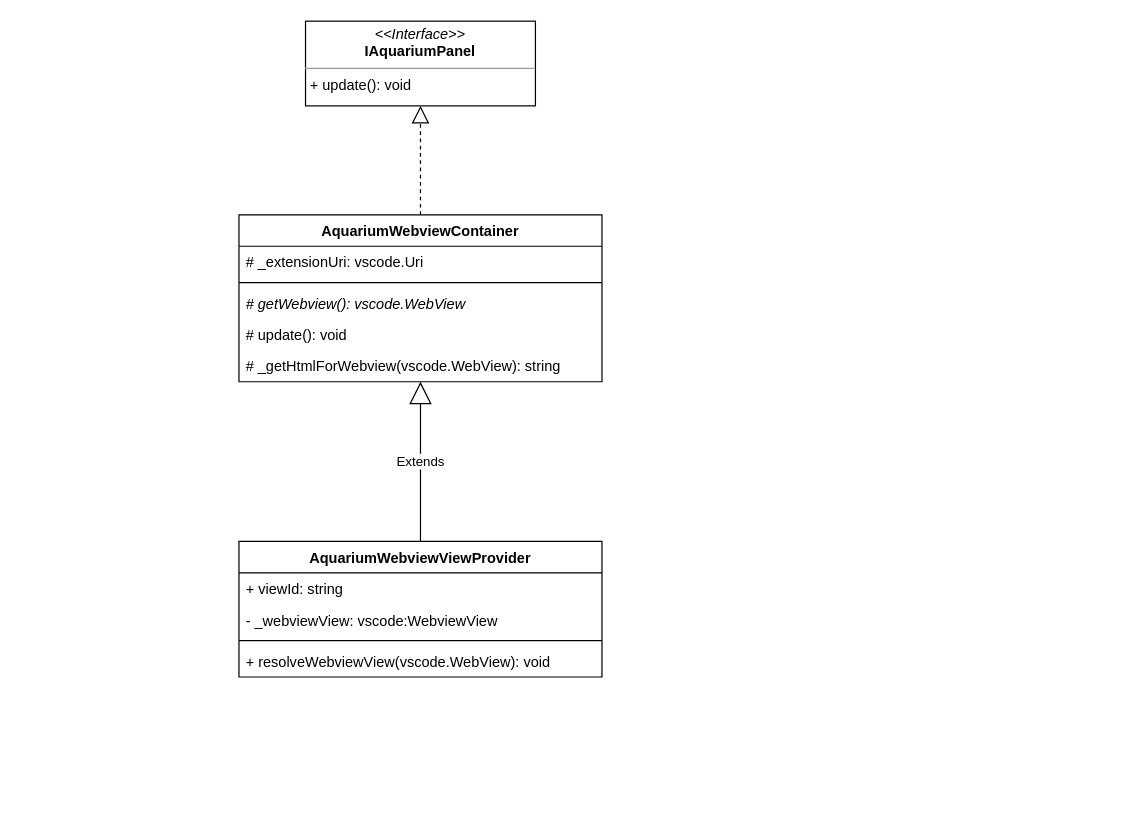
Above: docs/UML/AquariumWebviewClassDiagram.drawio in Perla-Al-Haddad/vs-code-aquarium (draw.io), before the change. Source tidied: cells renumbered, new cells numbered last; positions are measured from the earlier drawing's top-left corner, leaving out a move shared by most shapes. Both pictures are drawn from the tidied source at 121%, with x=0, y=0 at pixel (238, 21).
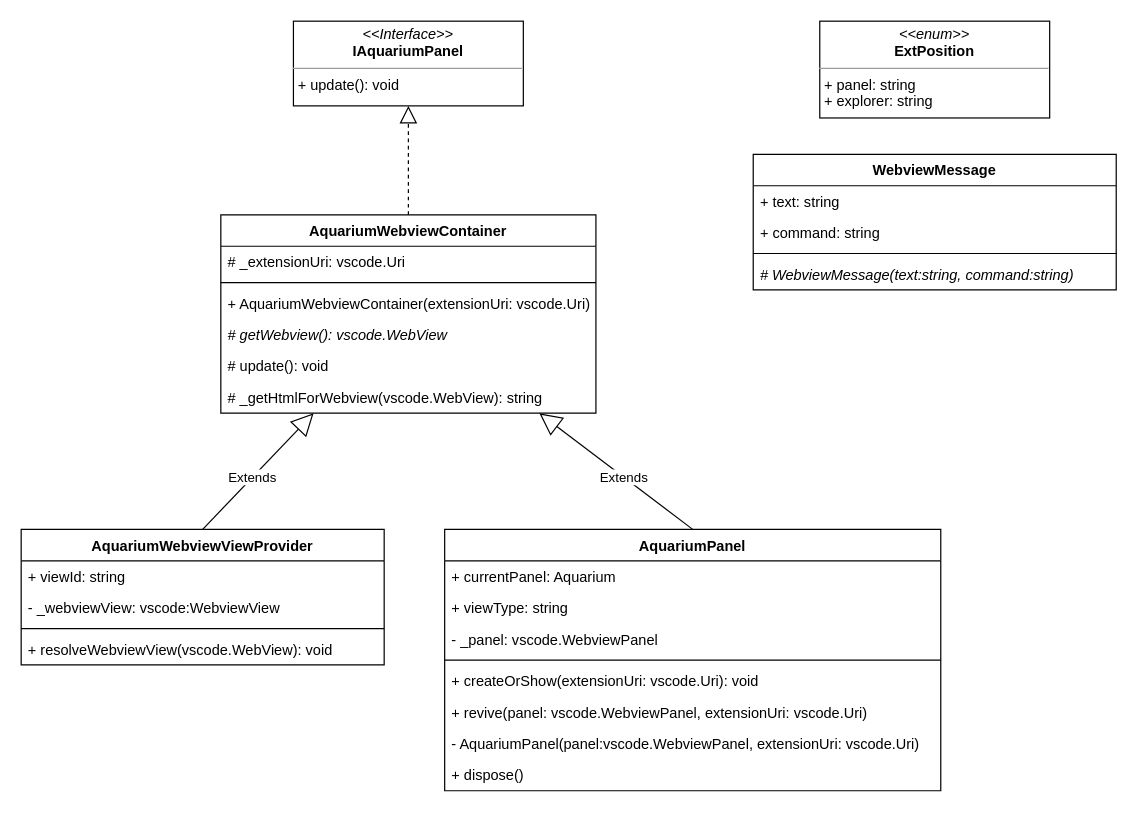
The same page after the edit.

What changed in the source:
```diff
@@
     <mxCell id="2" value="AquariumWebviewContainer&#10;" style="swimlane;fontStyle=1;align=center;verticalAlign=top;horizontal=1;startSize=26;fontColor=default;labelBackgroundColor=none;" parent="1" vertex="1">
-      <mxGeometry y="160" width="300" height="138" as="geometry" />
+      <mxGeometry x="-15" y="160" width="310" height="164" as="geometry" />
     </mxCell>
     <mxCell id="3" value="# _extensionUri: vscode.Uri" style="text;strokeColor=none;fillColor=none;align=left;verticalAlign=top;spacingLeft=4;spacingRight=4;overflow=hidden;" parent="2" vertex="1">
-      <mxGeometry y="26" width="300" height="26" as="geometry" />
+      <mxGeometry y="26" width="310" height="26" as="geometry" />
     </mxCell>
     <mxCell id="4" style="line;strokeWidth=1;fillColor=none;align=left;verticalAlign=middle;spacingTop=-1;spacingLeft=3;spacingRight=3;labelPosition=right;strokeColor=inherit;" parent="2" vertex="1">
-      <mxGeometry y="52" width="300" height="8" as="geometry" />
+      <mxGeometry y="52" width="310" height="8" as="geometry" />
     </mxCell>
+    <mxCell id="16" value="+ AquariumWebviewContainer(extensionUri: vscode.Uri)" style="text;strokeColor=none;fillColor=none;align=left;verticalAlign=top;spacingLeft=4;spacingRight=4;overflow=hidden;fontStyle=0;" parent="2" vertex="1">
+      <mxGeometry y="60" width="310" height="26" as="geometry" />
+    </mxCell>
     <mxCell id="5" value="# getWebview(): vscode.WebView" style="text;strokeColor=none;fillColor=none;align=left;verticalAlign=top;spacingLeft=4;spacingRight=4;overflow=hidden;fontStyle=2;" parent="2" vertex="1">
-      <mxGeometry y="60" width="300" height="26" as="geometry" />
+      <mxGeometry y="86" width="310" height="26" as="geometry" />
     </mxCell>
     <mxCell id="6" value="# update(): void" style="text;strokeColor=none;fillColor=none;align=left;verticalAlign=top;spacingLeft=4;spacingRight=4;overflow=hidden;" parent="2" vertex="1">
-      <mxGeometry y="86" width="300" height="26" as="geometry" />
+      <mxGeometry y="112" width="310" height="26" as="geometry" />
     </mxCell>
     <mxCell id="7" value="# _getHtmlForWebview(vscode.WebView): string" style="text;strokeColor=none;fillColor=none;align=left;verticalAlign=top;spacingLeft=4;spacingRight=4;overflow=hidden;" parent="2" vertex="1">
-      <mxGeometry y="112" width="300" height="26" as="geometry" />
+      <mxGeometry y="138" width="310" height="26" as="geometry" />
     </mxCell>
     <mxCell id="8" value="&lt;p style=&quot;margin:0px;margin-top:4px;text-align:center;&quot;&gt;&lt;i&gt;&amp;lt;&amp;lt;Interface&amp;gt;&amp;gt;&lt;/i&gt;&lt;br&gt;&lt;b&gt;IAquariumPanel&lt;/b&gt;&lt;br&gt;&lt;/p&gt;&lt;hr size=&quot;1&quot;&gt;&lt;p style=&quot;margin:0px;margin-left:4px;&quot;&gt;&lt;/p&gt;&lt;p style=&quot;margin:0px;margin-left:4px;&quot;&gt;+ update(): void&lt;br&gt;&lt;br&gt;&lt;/p&gt;" style="verticalAlign=top;align=left;overflow=fill;fontSize=12;fontFamily=Helvetica;html=1;labelBackgroundColor=none;fontColor=default;" parent="1" vertex="1">
-      <mxGeometry x="55" width="190" height="70" as="geometry" />
+      <mxGeometry x="45" width="190" height="70" as="geometry" />
     </mxCell>
@@
     <mxCell id="10" value="AquariumWebviewViewProvider" style="swimlane;fontStyle=1;align=center;verticalAlign=top;horizontal=1;startSize=26;fontColor=default;labelBackgroundColor=none;" parent="1" vertex="1">
-      <mxGeometry y="430" width="300" height="112" as="geometry" />
+      <mxGeometry x="-180" y="420" width="300" height="112" as="geometry" />
     </mxCell>
@@
     <mxCell id="15" value="Extends" style="endArrow=block;endSize=16;endFill=0;html=1;fontColor=default;exitX=0.5;exitY=0;exitDx=0;exitDy=0;" parent="1" edge="1" source="10" target="2">
-      <mxGeometry relative="1" as="geometry" />
+      <mxGeometry x="-0.09" relative="1" as="geometry" />
     </mxCell>
+    <mxCell id="17" value="&lt;p style=&quot;margin:0px;margin-top:4px;text-align:center;&quot;&gt;&lt;i&gt;&amp;lt;&amp;lt;enum&amp;gt;&amp;gt;&lt;/i&gt;&lt;br&gt;&lt;b&gt;ExtPosition&lt;/b&gt;&lt;br&gt;&lt;/p&gt;&lt;hr size=&quot;1&quot;&gt;&lt;p style=&quot;margin:0px;margin-left:4px;&quot;&gt;&lt;/p&gt;&lt;p style=&quot;margin:0px;margin-left:4px;&quot;&gt;+ panel: string&lt;/p&gt;&lt;p style=&quot;margin:0px;margin-left:4px;&quot;&gt;+ explorer: string&lt;/p&gt;&lt;p style=&quot;margin:0px;margin-left:4px;&quot;&gt;&lt;br&gt;&lt;/p&gt;" style="verticalAlign=top;align=left;overflow=fill;fontSize=12;fontFamily=Helvetica;html=1;labelBackgroundColor=none;fontColor=default;" parent="1" vertex="1">
+      <mxGeometry x="480" width="190" height="80" as="geometry" />
+    </mxCell>
+    <mxCell id="18" value="WebviewMessage&#10;" style="swimlane;fontStyle=1;align=center;verticalAlign=top;horizontal=1;startSize=26;fontColor=default;labelBackgroundColor=none;" parent="1" vertex="1">
+      <mxGeometry x="425" y="110" width="300" height="112" as="geometry" />
+    </mxCell>
+    <mxCell id="19" value="+ text: string" style="text;strokeColor=none;fillColor=none;align=left;verticalAlign=top;spacingLeft=4;spacingRight=4;overflow=hidden;" parent="18" vertex="1">
+      <mxGeometry y="26" width="300" height="26" as="geometry" />
+    </mxCell>
+    <mxCell id="20" value="+ command: string" style="text;strokeColor=none;fillColor=none;align=left;verticalAlign=top;spacingLeft=4;spacingRight=4;overflow=hidden;" parent="18" vertex="1">
+      <mxGeometry y="52" width="300" height="26" as="geometry" />
+    </mxCell>
+    <mxCell id="21" style="line;strokeWidth=1;fillColor=none;align=left;verticalAlign=middle;spacingTop=-1;spacingLeft=3;spacingRight=3;labelPosition=right;strokeColor=inherit;" parent="18" vertex="1">
+      <mxGeometry y="78" width="300" height="8" as="geometry" />
+    </mxCell>
+    <mxCell id="22" value="# WebviewMessage(text:string, command:string)" style="text;strokeColor=none;fillColor=none;align=left;verticalAlign=top;spacingLeft=4;spacingRight=4;overflow=hidden;fontStyle=2;" parent="18" vertex="1">
+      <mxGeometry y="86" width="300" height="26" as="geometry" />
+    </mxCell>
+    <mxCell id="23" value="AquariumPanel" style="swimlane;fontStyle=1;align=center;verticalAlign=top;horizontal=1;startSize=26;fontColor=default;labelBackgroundColor=none;" parent="1" vertex="1">
+      <mxGeometry x="170" y="420" width="410" height="216" as="geometry" />
+    </mxCell>
+    <mxCell id="24" value="+ currentPanel: Aquarium" style="text;strokeColor=none;fillColor=none;align=left;verticalAlign=top;spacingLeft=4;spacingRight=4;overflow=hidden;" parent="23" vertex="1">
+      <mxGeometry y="26" width="410" height="26" as="geometry" />
+    </mxCell>
+    <mxCell id="25" value="+ viewType: string" style="text;strokeColor=none;fillColor=none;align=left;verticalAlign=top;spacingLeft=4;spacingRight=4;overflow=hidden;" parent="23" vertex="1">
+      <mxGeometry y="52" width="410" height="26" as="geometry" />
+    </mxCell>
+    <mxCell id="26" value="- _panel: vscode.WebviewPanel" style="text;strokeColor=none;fillColor=none;align=left;verticalAlign=top;spacingLeft=4;spacingRight=4;overflow=hidden;" parent="23" vertex="1">
+      <mxGeometry y="78" width="410" height="26" as="geometry" />
+    </mxCell>
+    <mxCell id="27" style="line;strokeWidth=1;fillColor=none;align=left;verticalAlign=middle;spacingTop=-1;spacingLeft=3;spacingRight=3;labelPosition=right;strokeColor=inherit;" parent="23" vertex="1">
+      <mxGeometry y="104" width="410" height="8" as="geometry" />
+    </mxCell>
+    <mxCell id="28" value="+ createOrShow(extensionUri: vscode.Uri): void" style="text;strokeColor=none;fillColor=none;align=left;verticalAlign=top;spacingLeft=4;spacingRight=4;overflow=hidden;fontStyle=0;" parent="23" vertex="1">
+      <mxGeometry y="112" width="410" height="26" as="geometry" />
+    </mxCell>
+    <mxCell id="29" value="+ revive(panel: vscode.WebviewPanel, extensionUri: vscode.Uri)" style="text;strokeColor=none;fillColor=none;align=left;verticalAlign=top;spacingLeft=4;spacingRight=4;overflow=hidden;fontStyle=0;" parent="23" vertex="1">
+      <mxGeometry y="138" width="410" height="26" as="geometry" />
+    </mxCell>
+    <mxCell id="30" value="- AquariumPanel(panel:vscode.WebviewPanel, extensionUri: vscode.Uri)" style="text;strokeColor=none;fillColor=none;align=left;verticalAlign=top;spacingLeft=4;spacingRight=4;overflow=hidden;fontStyle=0;" parent="23" vertex="1">
+      <mxGeometry y="164" width="410" height="26" as="geometry" />
+    </mxCell>
+    <mxCell id="31" value="+ dispose()" style="text;strokeColor=none;fillColor=none;align=left;verticalAlign=top;spacingLeft=4;spacingRight=4;overflow=hidden;fontStyle=0;" parent="23" vertex="1">
+      <mxGeometry y="190" width="410" height="26" as="geometry" />
+    </mxCell>
+    <mxCell id="32" value="Extends" style="endArrow=block;endSize=16;endFill=0;html=1;fontColor=default;exitX=0.5;exitY=0;exitDx=0;exitDy=0;" parent="1" edge="1" source="23" target="2">
+      <mxGeometry x="-0.09" relative="1" as="geometry" />
+    </mxCell>
```
